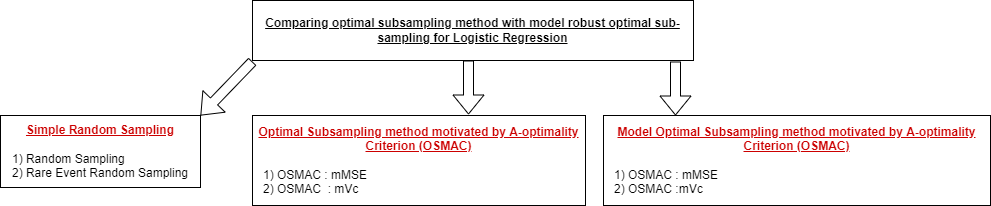
This is Images/All Methods Figure.png from Amalan-ConStat/RM_AM_MF_LR_RWS_NYC_Taxi_Fare_2013_Full, a draw.io export, as it was before one commit. Source tidied: cells renumbered, new cells last; positions are measured from the earlier drawing's top-left corner, leaving out a move shared by most shapes. Source of this version:
```xml
<mxGraphModel>
  <root>
    <mxCell id="0" />
    <mxCell id="1" parent="0" />
    <mxCell id="2" value="&lt;div&gt;&lt;span&gt;&lt;u&gt;&lt;b&gt;&lt;font color=&quot;#cc0000&quot;&gt;Simple Random Sampling&lt;/font&gt;&lt;/b&gt;&lt;/u&gt;&lt;/span&gt;&lt;/div&gt;&lt;div&gt;&lt;span&gt;&lt;br&gt;&lt;/span&gt;&lt;/div&gt;&lt;div style=&quot;text-align: left&quot;&gt;&lt;span&gt;1) Random Sampling&lt;/span&gt;&lt;/div&gt;&lt;div style=&quot;text-align: left&quot;&gt;&lt;span&gt;2) Rare Event Random Sampling&lt;/span&gt;&lt;/div&gt;" style="rounded=0;whiteSpace=wrap;html=1;align=center;" parent="1" vertex="1">
      <mxGeometry y="115" width="200" height="72" as="geometry" />
    </mxCell>
    <mxCell id="3" value="&lt;b&gt;&lt;u&gt;&lt;font color=&quot;#cc0000&quot;&gt;Optimal Subsampling method motivated by A-optimality Criterion (OSMAC)&lt;/font&gt;&lt;br&gt;&lt;/u&gt;&lt;/b&gt;&lt;br&gt;&lt;div style=&quot;text-align: justify&quot;&gt;&lt;span&gt;&amp;nbsp; &amp;nbsp;1) OSMAC : mMSE&lt;/span&gt;&lt;/div&gt;&lt;div style=&quot;text-align: justify&quot;&gt;&lt;span&gt;&amp;nbsp; &amp;nbsp;2) OSMAC&amp;nbsp; : mVc&lt;/span&gt;&lt;/div&gt;" style="rounded=0;whiteSpace=wrap;html=1;" parent="1" vertex="1">
      <mxGeometry x="252" y="115" width="333" height="90" as="geometry" />
    </mxCell>
    <mxCell id="4" value="Comparing optimal subsampling method with model robust optimal sub-sampling for Logistic Regression" style="rounded=0;whiteSpace=wrap;html=1;fontStyle=5;" parent="1" vertex="1">
      <mxGeometry x="252" width="441" height="60" as="geometry" />
    </mxCell>
    <mxCell id="5" value="&lt;b&gt;&lt;u&gt;&lt;font color=&quot;#cc0000&quot;&gt;Model Optimal Subsampling method motivated by A-optimality Criterion (OSMAC)&lt;/font&gt;&lt;br&gt;&lt;/u&gt;&lt;/b&gt;&lt;br&gt;&lt;div style=&quot;text-align: justify&quot;&gt;&lt;span&gt;&amp;nbsp; &amp;nbsp;1) OSMAC : mMSE&lt;/span&gt;&lt;/div&gt;&lt;div style=&quot;text-align: justify&quot;&gt;&lt;span&gt;&amp;nbsp; &amp;nbsp;2) OSMAC :mVc&lt;/span&gt;&lt;/div&gt;" style="rounded=0;whiteSpace=wrap;html=1;" parent="1" vertex="1">
      <mxGeometry x="603" y="115" width="387" height="90" as="geometry" />
    </mxCell>
    <mxCell id="6" style="shape=flexArrow;endArrow=classic;html=1;rounded=0;fontFamily=Verdana;fontSize=13;fontColor=#0000FF;" parent="1" edge="1">
      <mxGeometry relative="1" as="geometry">
        <mxPoint x="468" y="60" as="sourcePoint" />
        <mxPoint x="468" y="114" as="targetPoint" />
      </mxGeometry>
    </mxCell>
    <mxCell id="7" style="shape=flexArrow;endArrow=classic;html=1;rounded=0;fontFamily=Verdana;fontSize=13;fontColor=#0000FF;" parent="1" edge="1">
      <mxGeometry relative="1" as="geometry">
        <mxPoint x="675" y="61" as="sourcePoint" />
        <mxPoint x="675" y="115" as="targetPoint" />
      </mxGeometry>
    </mxCell>
    <mxCell id="8" style="shape=flexArrow;endArrow=classic;html=1;rounded=0;fontFamily=Verdana;fontSize=13;fontColor=#0000FF;" parent="1" edge="1">
      <mxGeometry relative="1" as="geometry">
        <mxPoint x="252" y="61" as="sourcePoint" />
        <mxPoint x="200" y="115" as="targetPoint" />
      </mxGeometry>
    </mxCell>
  </root>
</mxGraphModel>
```
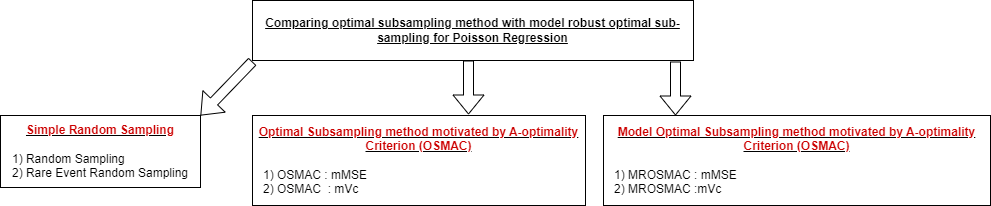
The same file after the commit.

Diff of the diagram source:
```diff
@@ -8,10 +8,10 @@
     <mxCell id="3" value="&lt;b&gt;&lt;u&gt;&lt;font color=&quot;#cc0000&quot;&gt;Optimal Subsampling method motivated by A-optimality Criterion (OSMAC)&lt;/font&gt;&lt;br&gt;&lt;/u&gt;&lt;/b&gt;&lt;br&gt;&lt;div style=&quot;text-align: justify&quot;&gt;&lt;span&gt;&amp;nbsp; &amp;nbsp;1) OSMAC : mMSE&lt;/span&gt;&lt;/div&gt;&lt;div style=&quot;text-align: justify&quot;&gt;&lt;span&gt;&amp;nbsp; &amp;nbsp;2) OSMAC&amp;nbsp; : mVc&lt;/span&gt;&lt;/div&gt;" style="rounded=0;whiteSpace=wrap;html=1;" parent="1" vertex="1">
       <mxGeometry x="252" y="115" width="333" height="90" as="geometry" />
     </mxCell>
-    <mxCell id="4" value="Comparing optimal subsampling method with model robust optimal sub-sampling for Logistic Regression" style="rounded=0;whiteSpace=wrap;html=1;fontStyle=5;" parent="1" vertex="1">
+    <mxCell id="4" value="Comparing optimal subsampling method with model robust optimal sub-sampling for Poisson Regression" style="rounded=0;whiteSpace=wrap;html=1;fontStyle=5;" parent="1" vertex="1">
       <mxGeometry x="252" width="441" height="60" as="geometry" />
     </mxCell>
-    <mxCell id="5" value="&lt;b&gt;&lt;u&gt;&lt;font color=&quot;#cc0000&quot;&gt;Model Optimal Subsampling method motivated by A-optimality Criterion (OSMAC)&lt;/font&gt;&lt;br&gt;&lt;/u&gt;&lt;/b&gt;&lt;br&gt;&lt;div style=&quot;text-align: justify&quot;&gt;&lt;span&gt;&amp;nbsp; &amp;nbsp;1) OSMAC : mMSE&lt;/span&gt;&lt;/div&gt;&lt;div style=&quot;text-align: justify&quot;&gt;&lt;span&gt;&amp;nbsp; &amp;nbsp;2) OSMAC :mVc&lt;/span&gt;&lt;/div&gt;" style="rounded=0;whiteSpace=wrap;html=1;" parent="1" vertex="1">
+    <mxCell id="5" value="&lt;b&gt;&lt;u&gt;&lt;font color=&quot;#cc0000&quot;&gt;Model Optimal Subsampling method motivated by A-optimality Criterion (OSMAC)&lt;/font&gt;&lt;br&gt;&lt;/u&gt;&lt;/b&gt;&lt;br&gt;&lt;div style=&quot;text-align: justify&quot;&gt;&lt;span&gt;&amp;nbsp; &amp;nbsp;1) MROSMAC : mMSE&lt;/span&gt;&lt;/div&gt;&lt;div style=&quot;text-align: justify&quot;&gt;&lt;span&gt;&amp;nbsp; &amp;nbsp;2) MROSMAC :mVc&lt;/span&gt;&lt;/div&gt;" style="rounded=0;whiteSpace=wrap;html=1;" parent="1" vertex="1">
       <mxGeometry x="603" y="115" width="387" height="90" as="geometry" />
     </mxCell>
     <mxCell id="6" style="shape=flexArrow;endArrow=classic;html=1;rounded=0;fontFamily=Verdana;fontSize=13;fontColor=#0000FF;" parent="1" edge="1">
```
